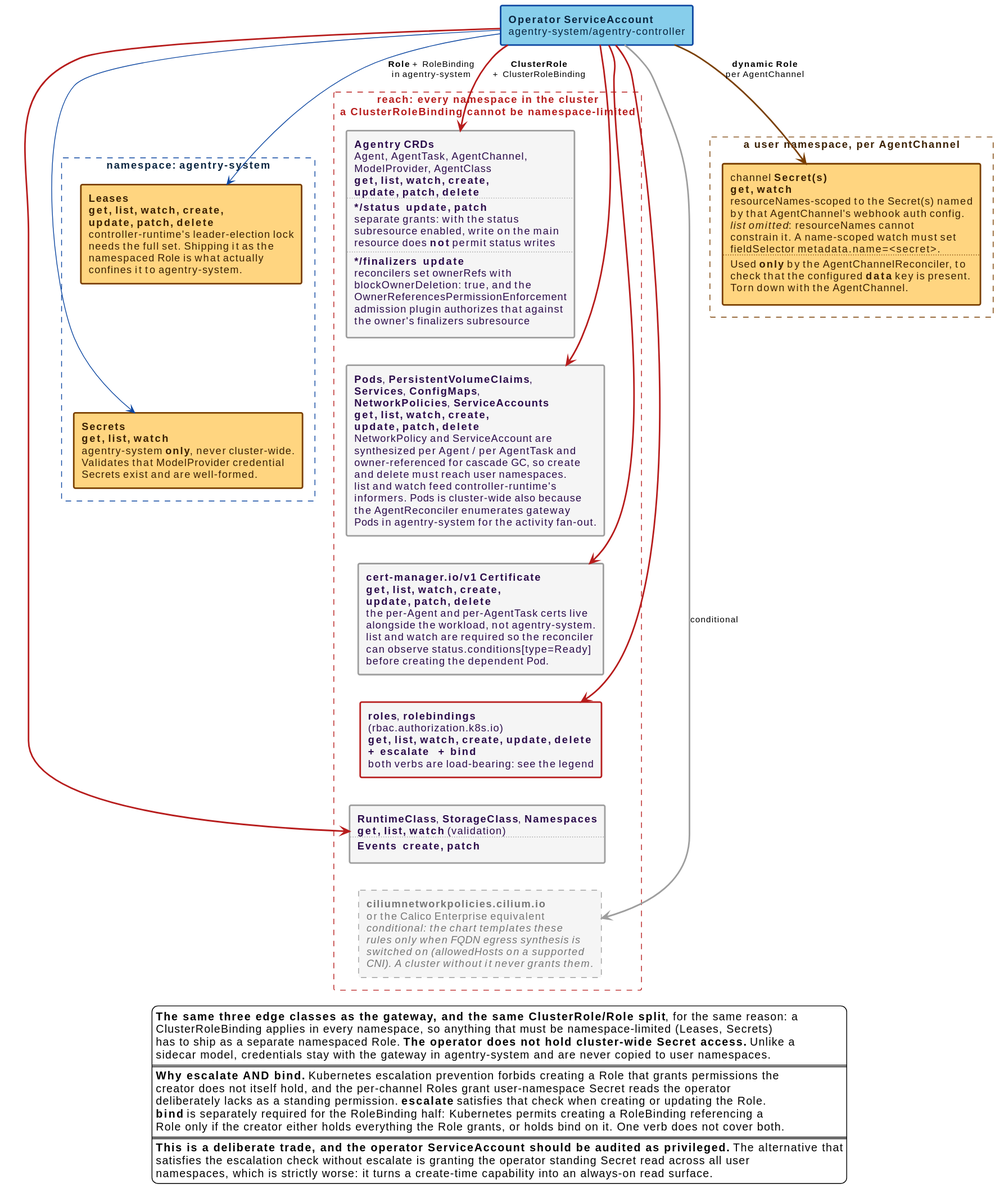
This is docs/src/diagrams/operator-rbac-reach.svg from win07xp/kaalm, a PlantUML export, as it was before one commit. The source it was exported from:
```plantuml
@startuml
!include _style.puml

skinparam wrapWidth 350
skinparam nodesep 18
skinparam ranksep 34
skinparam rectangle {
  roundCorner 4
}

rectangle "**Operator ServiceAccount**\nagentry-system/agentry-controller" as OPSA #back:87CEEB;line:0D47A1;line.bold;text:0a2540

rectangle "**reach: every namespace in the cluster**\na ClusterRoleBinding cannot be namespace-limited" as band #line:B71C1C;line.dashed;text:B71C1C {
  rectangle "**Agentry CRDs**\nAgent, AgentTask, AgentChannel,\nModelProvider, AgentClass\n**get, list, watch, create,**\n**update, patch, delete**\n....\n***/status**  **update, patch**\nseparate grants: with the status\nsubresource enabled, write on the main\nresource does **not** permit status writes\n....\n***/finalizers**  **update**\nreconcilers set ownerRefs with\nblockOwnerDeletion: true, and the\nOwnerReferencesPermissionEnforcement\nadmission plugin authorizes that against\nthe owner's finalizers subresource" as crds #back:F5F5F5;line:9E9E9E;line.bold;text:2a0a4a

  rectangle "**Pods**, **PersistentVolumeClaims**,\n**Services**, **ConfigMaps**,\n**NetworkPolicies**, **ServiceAccounts**\n**get, list, watch, create,**\n**update, patch, delete**\nNetworkPolicy and ServiceAccount are\nsynthesized per Agent / per AgentTask and\nowner-referenced for cascade GC, so create\nand delete must reach user namespaces.\nlist and watch feed controller-runtime's\ninformers. Pods is cluster-wide also because\nthe AgentReconciler enumerates gateway\nPods in agentry-system for the activity fan-out." as core #back:F5F5F5;line:9E9E9E;line.bold;text:2a0a4a

  rectangle "**cert-manager.io/v1 Certificate**\n**get, list, watch, create,**\n**update, patch, delete**\nthe per-Agent and per-AgentTask certs live\nalongside the workload, not agentry-system.\nlist and watch are required so the reconciler\ncan observe status.conditions[type=Ready]\nbefore creating the dependent Pod." as certs #back:F5F5F5;line:9E9E9E;line.bold;text:2a0a4a

  rectangle "**roles**, **rolebindings**\n(rbac.authorization.k8s.io)\n**get, list, watch, create, update, delete**\n**+ escalate**   **+ bind**\nboth verbs are load-bearing: see the legend" as rbacres #back:F5F5F5;line:B71C1C;line.bold;text:2a0a4a

  rectangle "**RuntimeClass**, **StorageClass**, **Namespaces**\n**get, list, watch** (validation)\n....\n**Events**  **create, patch**" as meta #back:F5F5F5;line:9E9E9E;line.bold;text:2a0a4a

  rectangle "**ciliumnetworkpolicies.cilium.io**\nor the Calico Enterprise equivalent\n//conditional: the chart templates these//\n//rules only when FQDN egress synthesis is//\n//switched on (allowedHosts on a supported//\n//CNI). A cluster without it never grants them.//" as cni #back:F5F5F5;line:9E9E9E;line.dashed;text:757575
}

rectangle "namespace: **agentry-system**" as nssys #line:0D47A1;line.dashed;text:0a2540 {
  rectangle "**Leases**\n**get, list, watch, create,**\n**update, patch, delete**\ncontroller-runtime's leader-election lock\nneeds the full set. Shipping it as the\nnamespaced Role is what actually\nconfines it to agentry-system." as leases #back:FFD580;line:7a3f00;line.bold;text:3a1f00
  rectangle "**Secrets**\n**get, list, watch**\nagentry-system **only**, never cluster-wide.\nValidates that ModelProvider credential\nSecrets exist and are well-formed." as secs #back:FFD580;line:7a3f00;line.bold;text:3a1f00
}

rectangle "a user namespace, per AgentChannel" as nsuser #line:7a3f00;line.dashed;text:3a1f00 {
  rectangle "channel **Secret(s)**\n**get, watch**\nresourceNames-scoped to the Secret(s) named\nby that AgentChannel's webhook auth config.\n//list omitted//: resourceNames cannot\nconstrain it. A name-scoped watch must set\nfieldSelector metadata.name=<secret>.\n....\nUsed **only** by the AgentChannelReconciler, to\ncheck that the configured **data** key is present.\nTorn down with the AgentChannel." as chsec #back:FFD580;line:7a3f00;line.bold;text:3a1f00
}

OPSA -[#B71C1C,bold]-> crds : **ClusterRole**\n+ ClusterRoleBinding
OPSA -[#B71C1C,bold]-> core
OPSA -[#B71C1C,bold]-> certs
OPSA -[#B71C1C,bold]-> rbacres
OPSA -[#B71C1C,bold]-> meta
OPSA .[#9E9E9E,bold].> cni : conditional
OPSA -[#0D47A1]-> leases : **Role** + RoleBinding\nin agentry-system
OPSA -[#0D47A1]-> secs
OPSA .[#7a3f00,bold].> chsec : **dynamic Role**\nper AgentChannel

crds -[hidden]down- core
core -[hidden]down- certs
certs -[hidden]down- rbacres
rbacres -[hidden]down- meta
meta -[hidden]down- cni
leases -[hidden]down- secs

legend bottom
  **The same three edge classes as the gateway, and the same ClusterRole/Role split**, for the same reason: a
  ClusterRoleBinding applies in every namespace, so anything that must be namespace-limited (Leases, Secrets)
  has to ship as a separate namespaced Role. **The operator does not hold cluster-wide Secret access.** Unlike a
  sidecar model, credentials stay with the gateway in agentry-system and are never copied to user namespaces.
  ====
  **Why escalate AND bind.** Kubernetes escalation prevention forbids creating a Role that grants permissions the
  creator does not itself hold, and the per-channel Roles grant user-namespace Secret reads the operator
  deliberately lacks as a standing permission. **escalate** satisfies that check when creating or updating the Role.
  **bind** is separately required for the RoleBinding half: Kubernetes permits creating a RoleBinding referencing a
  Role only if the creator either holds everything the Role grants, or holds bind on it. One verb does not cover both.
  ====
  **This is a deliberate trade, and the operator ServiceAccount should be audited as privileged.** The alternative that
  satisfies the escalation check without escalate is granting the operator standing Secret read across all user
  namespaces, which is strictly worse: it turns a create-time capability into an always-on read surface.
endlegend
@enduml
```
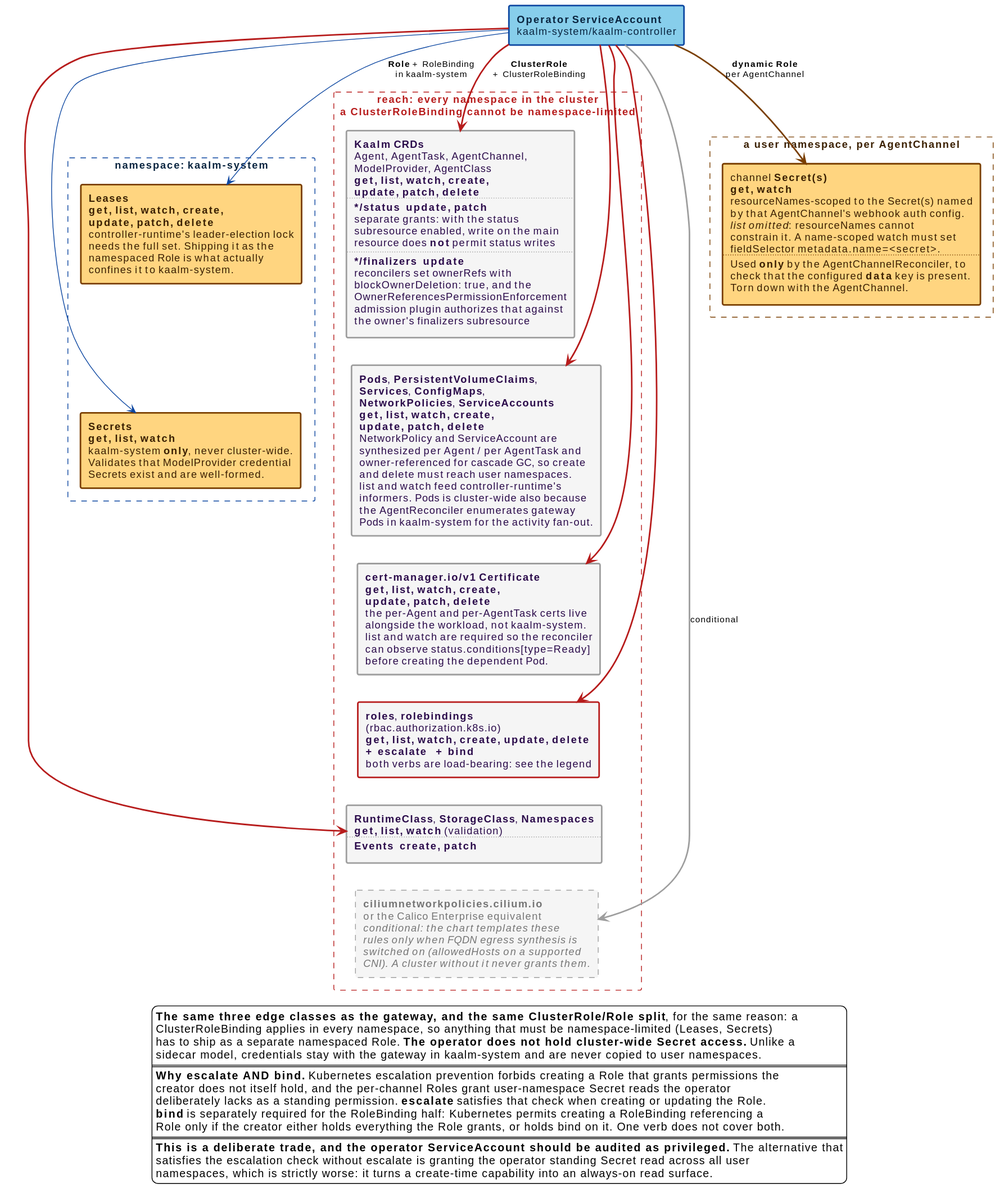
The same diagram one commit later.

What changed in the source:
```diff
@@ -8,14 +8,14 @@
   roundCorner 4
 }
 
-rectangle "**Operator ServiceAccount**\nagentry-system/agentry-controller" as OPSA #back:87CEEB;line:0D47A1;line.bold;text:0a2540
+rectangle "**Operator ServiceAccount**\nkaalm-system/kaalm-controller" as OPSA #back:87CEEB;line:0D47A1;line.bold;text:0a2540
 
 rectangle "**reach: every namespace in the cluster**\na ClusterRoleBinding cannot be namespace-limited" as band #line:B71C1C;line.dashed;text:B71C1C {
-  rectangle "**Agentry CRDs**\nAgent, AgentTask, AgentChannel,\nModelProvider, AgentClass\n**get, list, watch, create,**\n**update, patch, delete**\n....\n***/status**  **update, patch**\nseparate grants: with the status\nsubresource enabled, write on the main\nresource does **not** permit status writes\n....\n***/finalizers**  **update**\nreconcilers set ownerRefs with\nblockOwnerDeletion: true, and the\nOwnerReferencesPermissionEnforcement\nadmission plugin authorizes that against\nthe owner's finalizers subresource" as crds #back:F5F5F5;line:9E9E9E;line.bold;text:2a0a4a
+  rectangle "**Kaalm CRDs**\nAgent, AgentTask, AgentChannel,\nModelProvider, AgentClass\n**get, list, watch, create,**\n**update, patch, delete**\n....\n***/status**  **update, patch**\nseparate grants: with the status\nsubresource enabled, write on the main\nresource does **not** permit status writes\n....\n***/finalizers**  **update**\nreconcilers set ownerRefs with\nblockOwnerDeletion: true, and the\nOwnerReferencesPermissionEnforcement\nadmission plugin authorizes that against\nthe owner's finalizers subresource" as crds #back:F5F5F5;line:9E9E9E;line.bold;text:2a0a4a
 
-  rectangle "**Pods**, **PersistentVolumeClaims**,\n**Services**, **ConfigMaps**,\n**NetworkPolicies**, **ServiceAccounts**\n**get, list, watch, create,**\n**update, patch, delete**\nNetworkPolicy and ServiceAccount are\nsynthesized per Agent / per AgentTask and\nowner-referenced for cascade GC, so create\nand delete must reach user namespaces.\nlist and watch feed controller-runtime's\ninformers. Pods is cluster-wide also because\nthe AgentReconciler enumerates gateway\nPods in agentry-system for the activity fan-out." as core #back:F5F5F5;line:9E9E9E;line.bold;text:2a0a4a
+  rectangle "**Pods**, **PersistentVolumeClaims**,\n**Services**, **ConfigMaps**,\n**NetworkPolicies**, **ServiceAccounts**\n**get, list, watch, create,**\n**update, patch, delete**\nNetworkPolicy and ServiceAccount are\nsynthesized per Agent / per AgentTask and\nowner-referenced for cascade GC, so create\nand delete must reach user namespaces.\nlist and watch feed controller-runtime's\ninformers. Pods is cluster-wide also because\nthe AgentReconciler enumerates gateway\nPods in kaalm-system for the activity fan-out." as core #back:F5F5F5;line:9E9E9E;line.bold;text:2a0a4a
 
-  rectangle "**cert-manager.io/v1 Certificate**\n**get, list, watch, create,**\n**update, patch, delete**\nthe per-Agent and per-AgentTask certs live\nalongside the workload, not agentry-system.\nlist and watch are required so the reconciler\ncan observe status.conditions[type=Ready]\nbefore creating the dependent Pod." as certs #back:F5F5F5;line:9E9E9E;line.bold;text:2a0a4a
+  rectangle "**cert-manager.io/v1 Certificate**\n**get, list, watch, create,**\n**update, patch, delete**\nthe per-Agent and per-AgentTask certs live\nalongside the workload, not kaalm-system.\nlist and watch are required so the reconciler\ncan observe status.conditions[type=Ready]\nbefore creating the dependent Pod." as certs #back:F5F5F5;line:9E9E9E;line.bold;text:2a0a4a
 
   rectangle "**roles**, **rolebindings**\n(rbac.authorization.k8s.io)\n**get, list, watch, create, update, delete**\n**+ escalate**   **+ bind**\nboth verbs are load-bearing: see the legend" as rbacres #back:F5F5F5;line:B71C1C;line.bold;text:2a0a4a
 
@@ -24,9 +24,9 @@
   rectangle "**ciliumnetworkpolicies.cilium.io**\nor the Calico Enterprise equivalent\n//conditional: the chart templates these//\n//rules only when FQDN egress synthesis is//\n//switched on (allowedHosts on a supported//\n//CNI). A cluster without it never grants them.//" as cni #back:F5F5F5;line:9E9E9E;line.dashed;text:757575
 }
 
-rectangle "namespace: **agentry-system**" as nssys #line:0D47A1;line.dashed;text:0a2540 {
-  rectangle "**Leases**\n**get, list, watch, create,**\n**update, patch, delete**\ncontroller-runtime's leader-election lock\nneeds the full set. Shipping it as the\nnamespaced Role is what actually\nconfines it to agentry-system." as leases #back:FFD580;line:7a3f00;line.bold;text:3a1f00
-  rectangle "**Secrets**\n**get, list, watch**\nagentry-system **only**, never cluster-wide.\nValidates that ModelProvider credential\nSecrets exist and are well-formed." as secs #back:FFD580;line:7a3f00;line.bold;text:3a1f00
+rectangle "namespace: **kaalm-system**" as nssys #line:0D47A1;line.dashed;text:0a2540 {
+  rectangle "**Leases**\n**get, list, watch, create,**\n**update, patch, delete**\ncontroller-runtime's leader-election lock\nneeds the full set. Shipping it as the\nnamespaced Role is what actually\nconfines it to kaalm-system." as leases #back:FFD580;line:7a3f00;line.bold;text:3a1f00
+  rectangle "**Secrets**\n**get, list, watch**\nkaalm-system **only**, never cluster-wide.\nValidates that ModelProvider credential\nSecrets exist and are well-formed." as secs #back:FFD580;line:7a3f00;line.bold;text:3a1f00
 }
 
 rectangle "a user namespace, per AgentChannel" as nsuser #line:7a3f00;line.dashed;text:3a1f00 {
@@ -39,7 +39,7 @@
 OPSA -[#B71C1C,bold]-> rbacres
 OPSA -[#B71C1C,bold]-> meta
 OPSA .[#9E9E9E,bold].> cni : conditional
-OPSA -[#0D47A1]-> leases : **Role** + RoleBinding\nin agentry-system
+OPSA -[#0D47A1]-> leases : **Role** + RoleBinding\nin kaalm-system
 OPSA -[#0D47A1]-> secs
 OPSA .[#7a3f00,bold].> chsec : **dynamic Role**\nper AgentChannel
 
@@ -54,7 +54,7 @@
   **The same three edge classes as the gateway, and the same ClusterRole/Role split**, for the same reason: a
   ClusterRoleBinding applies in every namespace, so anything that must be namespace-limited (Leases, Secrets)
   has to ship as a separate namespaced Role. **The operator does not hold cluster-wide Secret access.** Unlike a
-  sidecar model, credentials stay with the gateway in agentry-system and are never copied to user namespaces.
+  sidecar model, credentials stay with the gateway in kaalm-system and are never copied to user namespaces.
   ====
   **Why escalate AND bind.** Kubernetes escalation prevention forbids creating a Role that grants permissions the
   creator does not itself hold, and the per-channel Roles grant user-namespace Secret reads the operator
```
